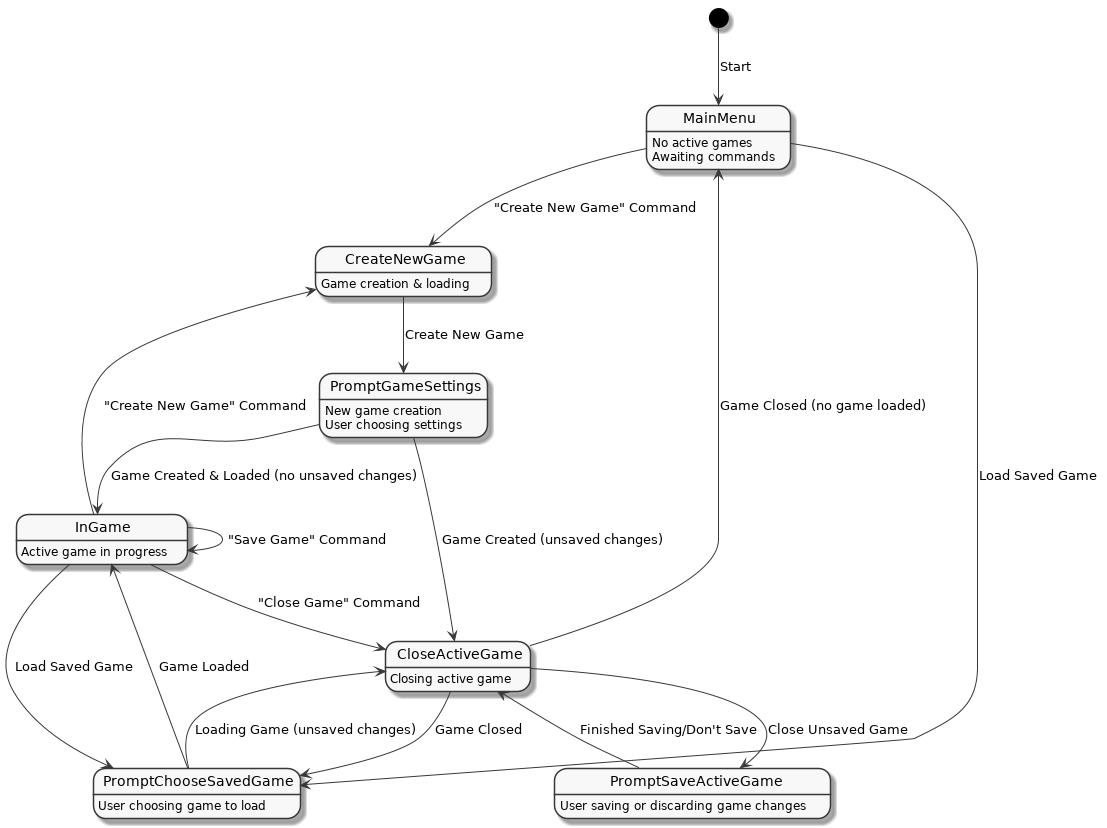
tvanslyke/accessible-chess-class-diagram keeps this PlantUML diagram as top-level-commands.png. Above is the earlier version.
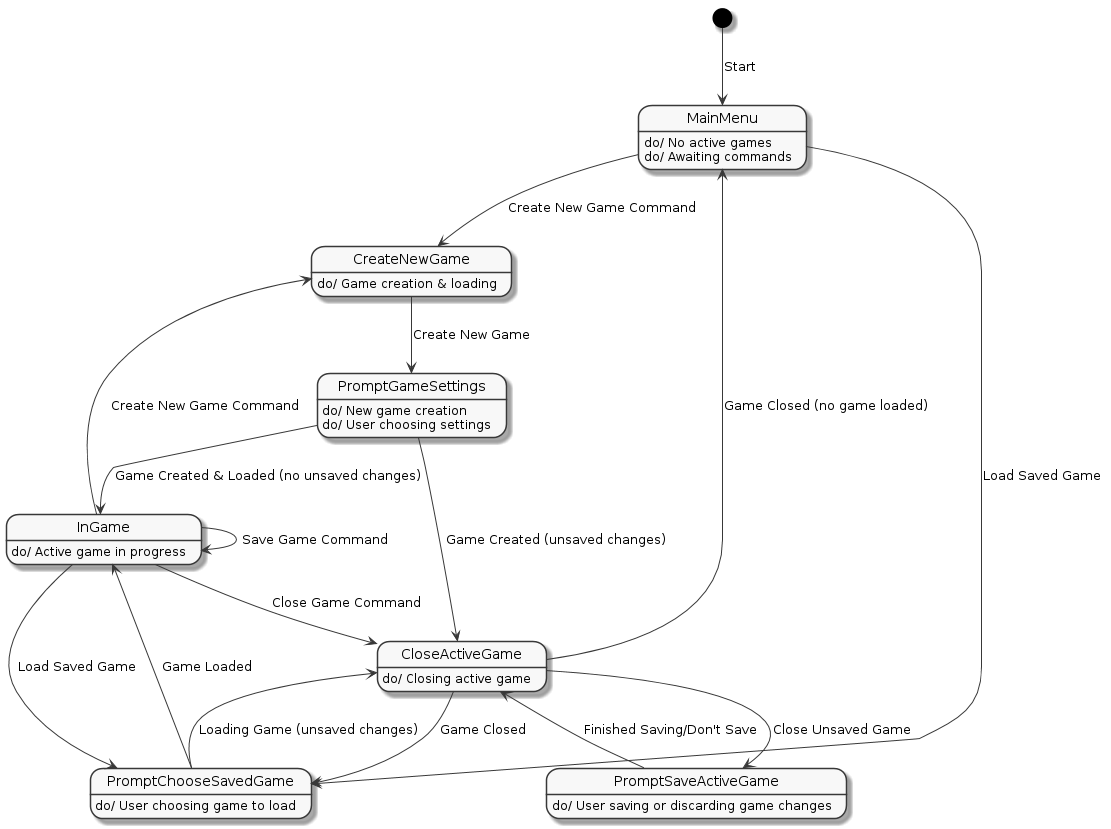
Later version of the same file.

Diff of the diagram source:
```diff
@@ -4,13 +4,13 @@
 
 [*] --> MainMenu: Start
 
-InGame --> CloseActiveGame: "Close Game" Command
+InGame --> CloseActiveGame: Close Game Command
 
-InGame --> CreateNewGame: "Create New Game" Command
+InGame --> CreateNewGame: Create New Game Command
 
-MainMenu--> CreateNewGame: "Create New Game" Command
+MainMenu--> CreateNewGame: Create New Game Command
 
-InGame --> InGame: "Save Game" Command
+InGame --> InGame: Save Game Command
 
 CloseActiveGame --> PromptSaveActiveGame: Close Unsaved Game
 
@@ -40,20 +40,20 @@
 
 MainMenu --> PromptChooseSavedGame: Load Saved Game
 
-MainMenu: No active games
-MainMenu: Awaiting commands
+MainMenu: do/ No active games
+MainMenu: do/ Awaiting commands
 
-InGame: Active game in progress
+InGame: do/ Active game in progress
 
-CreateNewGame: Game creation & loading
+CreateNewGame: do/ Game creation & loading
 
-PromptGameSettings: New game creation
-PromptGameSettings: User choosing settings
+PromptGameSettings: do/ New game creation
+PromptGameSettings: do/ User choosing settings
 
-CloseActiveGame: Closing active game
+CloseActiveGame: do/ Closing active game
 
-PromptSaveActiveGame: User saving or discarding game changes
+PromptSaveActiveGame: do/ User saving or discarding game changes
 
-PromptChooseSavedGame: User choosing game to load
+PromptChooseSavedGame: do/ User choosing game to load
 
 @enduml
```
